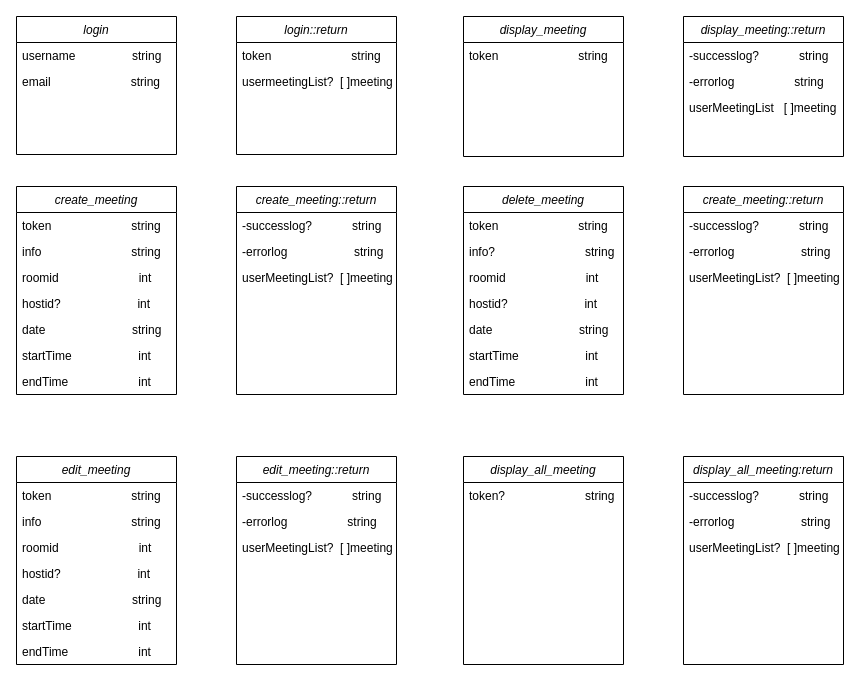
The draw.io diagram Untitled Diagram.drawio in b10815061/VRRA, before the edit. Source tidied: cells renumbered, new cells numbered last; positions are measured from the earlier drawing's top-left corner, leaving out a move shared by most shapes. Both pictures are drawn from the tidied source at 100%, with x=0, y=0 at pixel (16, 16).
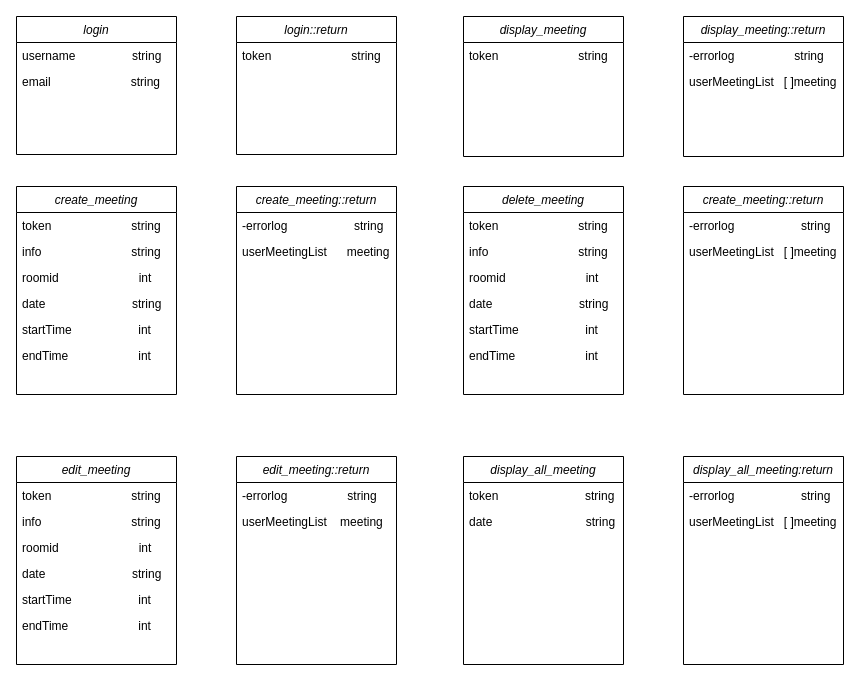
The same page after the edit.

The change refers to these unchanged cells:
```xml
<mxCell id="5" value="login::return" style="swimlane;fontStyle=2;align=center;verticalAlign=top;horizontal=1;startSize=26;rounded=0;shadow=0;strokeWidth=1;" parent="1" vertex="1">
  <mxGeometry x="220" width="160" height="138" as="geometry" />
</mxCell>
<mxCell id="8" value="create_meeting" style="swimlane;fontStyle=2;align=center;verticalAlign=top;horizontal=1;startSize=26;rounded=0;shadow=0;strokeWidth=1;" parent="1" vertex="1">
  <mxGeometry y="170" width="160" height="208" as="geometry" />
</mxCell>
<mxCell id="16" value="create_meeting::return" style="swimlane;fontStyle=2;align=center;verticalAlign=top;horizontal=1;startSize=26;rounded=0;shadow=0;strokeWidth=1;" parent="1" vertex="1">
  <mxGeometry x="220" y="170" width="160" height="208" as="geometry" />
</mxCell>
<mxCell id="20" value="edit_meeting" style="swimlane;fontStyle=2;align=center;verticalAlign=top;horizontal=1;startSize=26;rounded=0;shadow=0;strokeWidth=1;" parent="1" vertex="1">
  <mxGeometry y="440" width="160" height="208" as="geometry" />
</mxCell>
<mxCell id="28" value="edit_meeting::return" style="swimlane;fontStyle=2;align=center;verticalAlign=top;horizontal=1;startSize=26;rounded=0;shadow=0;strokeWidth=1;" parent="1" vertex="1">
  <mxGeometry x="220" y="440" width="160" height="208" as="geometry" />
</mxCell>
<mxCell id="34" value="display_meeting::return" style="swimlane;fontStyle=2;align=center;verticalAlign=top;horizontal=1;startSize=26;rounded=0;shadow=0;strokeWidth=1;" parent="1" vertex="1">
  <mxGeometry x="667" width="160" height="140" as="geometry" />
</mxCell>
<mxCell id="38" value="delete_meeting" style="swimlane;fontStyle=2;align=center;verticalAlign=top;horizontal=1;startSize=26;rounded=0;shadow=0;strokeWidth=1;" parent="1" vertex="1">
  <mxGeometry x="447" y="170" width="160" height="208" as="geometry" />
</mxCell>
<mxCell id="46" value="create_meeting::return" style="swimlane;fontStyle=2;align=center;verticalAlign=top;horizontal=1;startSize=26;rounded=0;shadow=0;strokeWidth=1;" parent="1" vertex="1">
  <mxGeometry x="667" y="170" width="160" height="208" as="geometry" />
</mxCell>
<mxCell id="50" value="display_all_meeting" style="swimlane;fontStyle=2;align=center;verticalAlign=top;horizontal=1;startSize=26;rounded=0;shadow=0;strokeWidth=1;" parent="1" vertex="1">
  <mxGeometry x="447" y="440" width="160" height="208" as="geometry" />
</mxCell>
<mxCell id="52" value="display_all_meeting:return" style="swimlane;fontStyle=2;align=center;verticalAlign=top;horizontal=1;startSize=26;rounded=0;shadow=0;strokeWidth=1;" parent="1" vertex="1">
  <mxGeometry x="667" y="440" width="160" height="208" as="geometry" />
</mxCell>
```

The edit, as a diff of the source:
```diff
@@
-    <mxCell id="7" value="usermeetingList?  [ ]meeting" style="text;align=left;verticalAlign=top;spacingLeft=4;spacingRight=4;overflow=hidden;rounded=0;shadow=0;html=0;" parent="5" vertex="1">
-      <mxGeometry y="52" width="160" height="26" as="geometry" />
-    </mxCell>
@@
-    <mxCell id="12" value="hostid?                       int" style="text;align=left;verticalAlign=top;spacingLeft=4;spacingRight=4;overflow=hidden;rounded=0;shadow=0;html=0;" parent="8" vertex="1">
-      <mxGeometry y="104" width="160" height="26" as="geometry" />
-    </mxCell>
     <mxCell id="13" value="date                          string" style="text;align=left;verticalAlign=top;spacingLeft=4;spacingRight=4;overflow=hidden;rounded=0;shadow=0;html=0;" parent="8" vertex="1">
-      <mxGeometry y="130" width="160" height="26" as="geometry" />
+      <mxGeometry y="104" width="160" height="26" as="geometry" />
     </mxCell>
     <mxCell id="14" value="startTime                    int" style="text;align=left;verticalAlign=top;spacingLeft=4;spacingRight=4;overflow=hidden;rounded=0;shadow=0;html=0;" parent="8" vertex="1">
-      <mxGeometry y="156" width="160" height="26" as="geometry" />
+      <mxGeometry y="130" width="160" height="26" as="geometry" />
     </mxCell>
     <mxCell id="15" value="endTime                     int" style="text;align=left;verticalAlign=top;spacingLeft=4;spacingRight=4;overflow=hidden;rounded=0;shadow=0;html=0;" parent="8" vertex="1">
-      <mxGeometry y="182" width="160" height="26" as="geometry" />
+      <mxGeometry y="156" width="160" height="26" as="geometry" />
     </mxCell>
@@
-    <mxCell id="17" value="-successlog?            string" style="text;align=left;verticalAlign=top;spacingLeft=4;spacingRight=4;overflow=hidden;" parent="16" vertex="1">
-      <mxGeometry y="26" width="160" height="26" as="geometry" />
-    </mxCell>
     <mxCell id="18" value="-errorlog                    string" style="text;align=left;verticalAlign=top;spacingLeft=4;spacingRight=4;overflow=hidden;" parent="16" vertex="1">
-      <mxGeometry y="52" width="160" height="26" as="geometry" />
+      <mxGeometry y="26" width="160" height="26" as="geometry" />
     </mxCell>
-    <mxCell id="19" value="userMeetingList?  [ ]meeting" style="text;align=left;verticalAlign=top;spacingLeft=4;spacingRight=4;overflow=hidden;rounded=0;shadow=0;html=0;" parent="16" vertex="1">
-      <mxGeometry y="78" width="160" height="26" as="geometry" />
+    <mxCell id="19" value="userMeetingList      meeting" style="text;align=left;verticalAlign=top;spacingLeft=4;spacingRight=4;overflow=hidden;rounded=0;shadow=0;html=0;" parent="16" vertex="1">
+      <mxGeometry y="52" width="160" height="26" as="geometry" />
     </mxCell>
@@
-    <mxCell id="24" value="hostid?                       int" style="text;align=left;verticalAlign=top;spacingLeft=4;spacingRight=4;overflow=hidden;rounded=0;shadow=0;html=0;" parent="20" vertex="1">
-      <mxGeometry y="104" width="160" height="26" as="geometry" />
-    </mxCell>
     <mxCell id="25" value="date                          string" style="text;align=left;verticalAlign=top;spacingLeft=4;spacingRight=4;overflow=hidden;rounded=0;shadow=0;html=0;" parent="20" vertex="1">
-      <mxGeometry y="130" width="160" height="26" as="geometry" />
+      <mxGeometry y="104" width="160" height="26" as="geometry" />
     </mxCell>
     <mxCell id="26" value="startTime                    int" style="text;align=left;verticalAlign=top;spacingLeft=4;spacingRight=4;overflow=hidden;rounded=0;shadow=0;html=0;" parent="20" vertex="1">
-      <mxGeometry y="156" width="160" height="26" as="geometry" />
+      <mxGeometry y="130" width="160" height="26" as="geometry" />
     </mxCell>
     <mxCell id="27" value="endTime                     int" style="text;align=left;verticalAlign=top;spacingLeft=4;spacingRight=4;overflow=hidden;rounded=0;shadow=0;html=0;" parent="20" vertex="1">
-      <mxGeometry y="182" width="160" height="26" as="geometry" />
+      <mxGeometry y="156" width="160" height="26" as="geometry" />
     </mxCell>
@@
-    <mxCell id="29" value="-successlog?            string" style="text;align=left;verticalAlign=top;spacingLeft=4;spacingRight=4;overflow=hidden;" parent="28" vertex="1">
-      <mxGeometry y="26" width="160" height="26" as="geometry" />
-    </mxCell>
     <mxCell id="30" value="-errorlog                  string" style="text;align=left;verticalAlign=top;spacingLeft=4;spacingRight=4;overflow=hidden;" parent="28" vertex="1">
-      <mxGeometry y="52" width="160" height="26" as="geometry" />
+      <mxGeometry y="26" width="160" height="26" as="geometry" />
     </mxCell>
-    <mxCell id="31" value="userMeetingList?  [ ]meeting" style="text;align=left;verticalAlign=top;spacingLeft=4;spacingRight=4;overflow=hidden;rounded=0;shadow=0;html=0;" parent="28" vertex="1">
-      <mxGeometry y="78" width="160" height="26" as="geometry" />
+    <mxCell id="31" value="userMeetingList    meeting" style="text;align=left;verticalAlign=top;spacingLeft=4;spacingRight=4;overflow=hidden;rounded=0;shadow=0;html=0;" parent="28" vertex="1">
+      <mxGeometry y="52" width="160" height="26" as="geometry" />
     </mxCell>
@@
-    <mxCell id="35" value="-successlog?            string" style="text;align=left;verticalAlign=top;spacingLeft=4;spacingRight=4;overflow=hidden;" parent="34" vertex="1">
-      <mxGeometry y="26" width="160" height="26" as="geometry" />
-    </mxCell>
     <mxCell id="36" value="-errorlog                  string" style="text;align=left;verticalAlign=top;spacingLeft=4;spacingRight=4;overflow=hidden;" parent="34" vertex="1">
-      <mxGeometry y="52" width="160" height="26" as="geometry" />
+      <mxGeometry y="26" width="160" height="26" as="geometry" />
     </mxCell>
     <mxCell id="37" value="userMeetingList   [ ]meeting" style="text;align=left;verticalAlign=top;spacingLeft=4;spacingRight=4;overflow=hidden;rounded=0;shadow=0;html=0;" parent="34" vertex="1">
-      <mxGeometry y="78" width="160" height="26" as="geometry" />
+      <mxGeometry y="52" width="160" height="26" as="geometry" />
     </mxCell>
@@
-    <mxCell id="40" value="info?                           string" style="text;align=left;verticalAlign=top;spacingLeft=4;spacingRight=4;overflow=hidden;rounded=0;shadow=0;html=0;" parent="38" vertex="1">
+    <mxCell id="40" value="info                           string" style="text;align=left;verticalAlign=top;spacingLeft=4;spacingRight=4;overflow=hidden;rounded=0;shadow=0;html=0;" parent="38" vertex="1">
       <mxGeometry y="52" width="160" height="26" as="geometry" />
     </mxCell>
@@
-    <mxCell id="42" value="hostid?                       int" style="text;align=left;verticalAlign=top;spacingLeft=4;spacingRight=4;overflow=hidden;rounded=0;shadow=0;html=0;" parent="38" vertex="1">
-      <mxGeometry y="104" width="160" height="26" as="geometry" />
-    </mxCell>
     <mxCell id="43" value="date                          string" style="text;align=left;verticalAlign=top;spacingLeft=4;spacingRight=4;overflow=hidden;rounded=0;shadow=0;html=0;" parent="38" vertex="1">
-      <mxGeometry y="130" width="160" height="26" as="geometry" />
+      <mxGeometry y="104" width="160" height="26" as="geometry" />
     </mxCell>
     <mxCell id="44" value="startTime                    int" style="text;align=left;verticalAlign=top;spacingLeft=4;spacingRight=4;overflow=hidden;rounded=0;shadow=0;html=0;" parent="38" vertex="1">
-      <mxGeometry y="156" width="160" height="26" as="geometry" />
+      <mxGeometry y="130" width="160" height="26" as="geometry" />
     </mxCell>
     <mxCell id="45" value="endTime                     int" style="text;align=left;verticalAlign=top;spacingLeft=4;spacingRight=4;overflow=hidden;rounded=0;shadow=0;html=0;" parent="38" vertex="1">
-      <mxGeometry y="182" width="160" height="26" as="geometry" />
+      <mxGeometry y="156" width="160" height="26" as="geometry" />
     </mxCell>
@@
-    <mxCell id="47" value="-successlog?            string" style="text;align=left;verticalAlign=top;spacingLeft=4;spacingRight=4;overflow=hidden;" parent="46" vertex="1">
-      <mxGeometry y="26" width="160" height="26" as="geometry" />
-    </mxCell>
     <mxCell id="48" value="-errorlog                    string" style="text;align=left;verticalAlign=top;spacingLeft=4;spacingRight=4;overflow=hidden;" parent="46" vertex="1">
-      <mxGeometry y="52" width="160" height="26" as="geometry" />
+      <mxGeometry y="26" width="160" height="26" as="geometry" />
     </mxCell>
-    <mxCell id="49" value="userMeetingList?  [ ]meeting" style="text;align=left;verticalAlign=top;spacingLeft=4;spacingRight=4;overflow=hidden;rounded=0;shadow=0;html=0;" parent="46" vertex="1">
-      <mxGeometry y="78" width="160" height="26" as="geometry" />
+    <mxCell id="49" value="userMeetingList   [ ]meeting" style="text;align=left;verticalAlign=top;spacingLeft=4;spacingRight=4;overflow=hidden;rounded=0;shadow=0;html=0;" parent="46" vertex="1">
+      <mxGeometry y="52" width="160" height="26" as="geometry" />
     </mxCell>
@@
-    <mxCell id="51" value="token?                        string" style="text;align=left;verticalAlign=top;spacingLeft=4;spacingRight=4;overflow=hidden;" parent="50" vertex="1">
+    <mxCell id="51" value="token                          string" style="text;align=left;verticalAlign=top;spacingLeft=4;spacingRight=4;overflow=hidden;" parent="50" vertex="1">
       <mxGeometry y="26" width="160" height="26" as="geometry" />
     </mxCell>
+    <mxCell id="56" value="date                            string" style="text;align=left;verticalAlign=top;spacingLeft=4;spacingRight=4;overflow=hidden;" parent="50" vertex="1">
+      <mxGeometry y="52" width="160" height="26" as="geometry" />
+    </mxCell>
+    <mxCell id="57" style="text;align=left;verticalAlign=top;spacingLeft=4;spacingRight=4;overflow=hidden;" parent="50" vertex="1">
+      <mxGeometry y="78" width="160" height="26" as="geometry" />
+    </mxCell>
@@
-    <mxCell id="53" value="-successlog?            string" style="text;align=left;verticalAlign=top;spacingLeft=4;spacingRight=4;overflow=hidden;" parent="52" vertex="1">
-      <mxGeometry y="26" width="160" height="26" as="geometry" />
-    </mxCell>
     <mxCell id="54" value="-errorlog                    string" style="text;align=left;verticalAlign=top;spacingLeft=4;spacingRight=4;overflow=hidden;" parent="52" vertex="1">
-      <mxGeometry y="52" width="160" height="26" as="geometry" />
+      <mxGeometry y="26" width="160" height="26" as="geometry" />
     </mxCell>
-    <mxCell id="55" value="userMeetingList?  [ ]meeting" style="text;align=left;verticalAlign=top;spacingLeft=4;spacingRight=4;overflow=hidden;rounded=0;shadow=0;html=0;" parent="52" vertex="1">
-      <mxGeometry y="78" width="160" height="26" as="geometry" />
+    <mxCell id="55" value="userMeetingList   [ ]meeting" style="text;align=left;verticalAlign=top;spacingLeft=4;spacingRight=4;overflow=hidden;rounded=0;shadow=0;html=0;" parent="52" vertex="1">
+      <mxGeometry y="52" width="160" height="26" as="geometry" />
     </mxCell>
```
